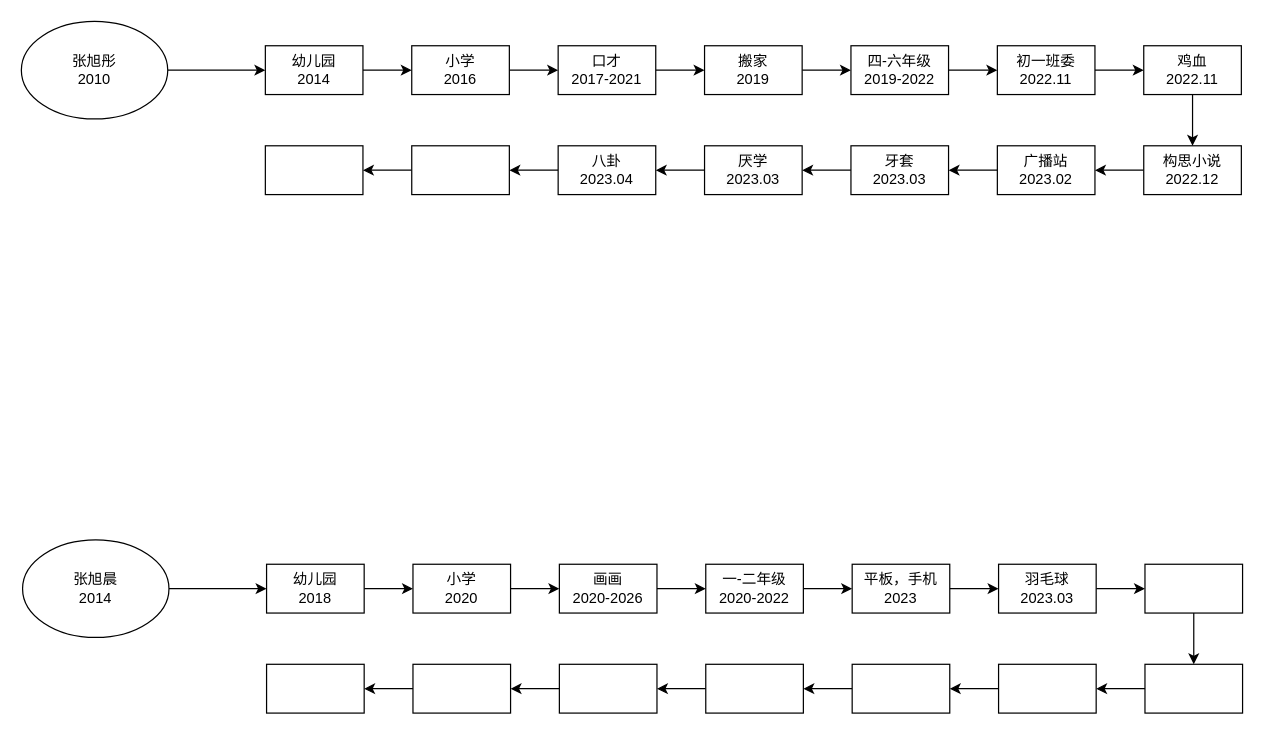
The draw.io diagram page "画像-侄女" (8 of 8) of Fig_CS/Figure-Factory.drawio in jizhang02/Figure-Factory, before the edit. Source tidied: cells renumbered, new cells numbered last; positions are measured from the earlier drawing's top-left corner, leaving out a move shared by most shapes. Both pictures are drawn from the tidied source at 122%, with x=0, y=0 at pixel (21, 21).
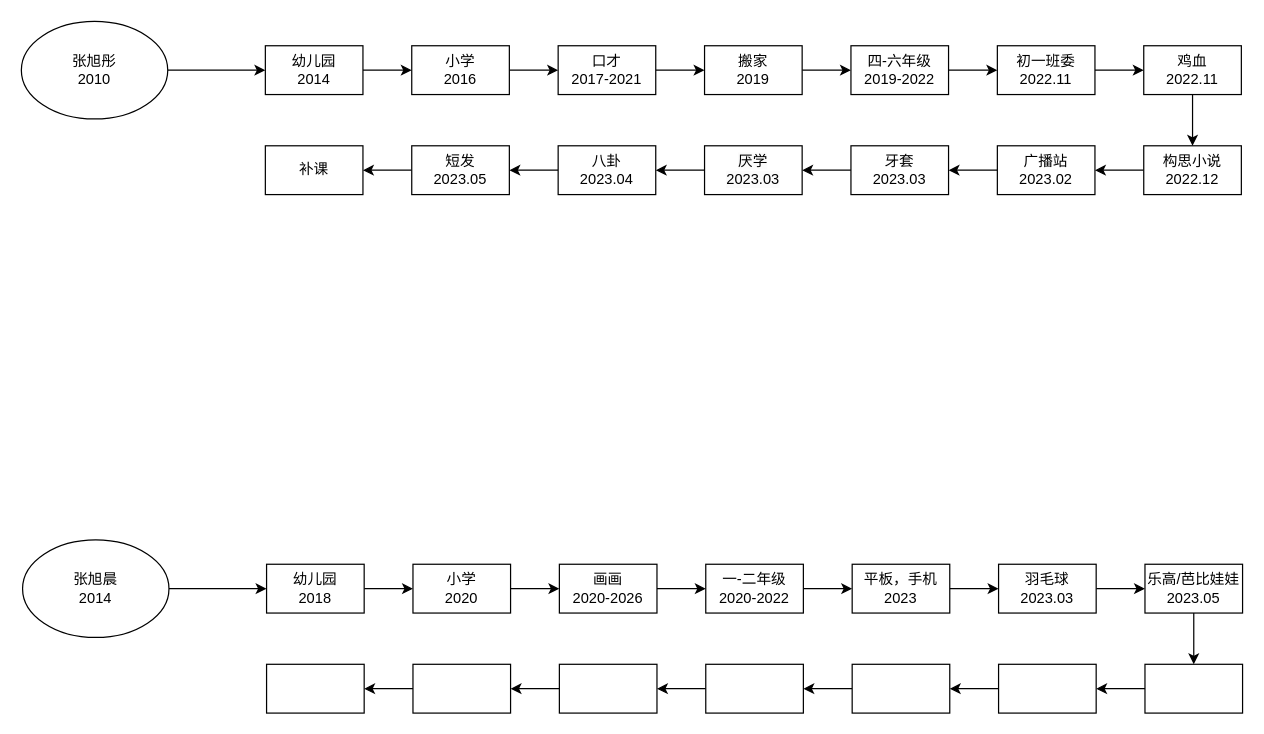
The same page after the edit.

What changed in the source:
```diff
@@
-    <mxCell id="23" style="rounded=0;whiteSpace=wrap;html=1;" parent="1" vertex="1">
+    <mxCell id="23" value="短发&lt;br&gt;2023.05" style="rounded=0;whiteSpace=wrap;html=1;" parent="1" vertex="1">
       <mxGeometry x="320" y="102" width="80" height="40" as="geometry" />
     </mxCell>
@@
-    <mxCell id="30" style="rounded=0;whiteSpace=wrap;html=1;" parent="1" vertex="1">
+    <mxCell id="30" value="补课" style="rounded=0;whiteSpace=wrap;html=1;" parent="1" vertex="1">
       <mxGeometry x="200" y="102" width="80" height="40" as="geometry" />
     </mxCell>
@@
-    <mxCell id="48" style="rounded=0;whiteSpace=wrap;html=1;" parent="1" vertex="1">
+    <mxCell id="48" value="乐高/芭比娃娃&lt;br&gt;2023.05" style="rounded=0;whiteSpace=wrap;html=1;" parent="1" vertex="1">
       <mxGeometry x="921" y="445" width="80" height="40" as="geometry" />
     </mxCell>
```
